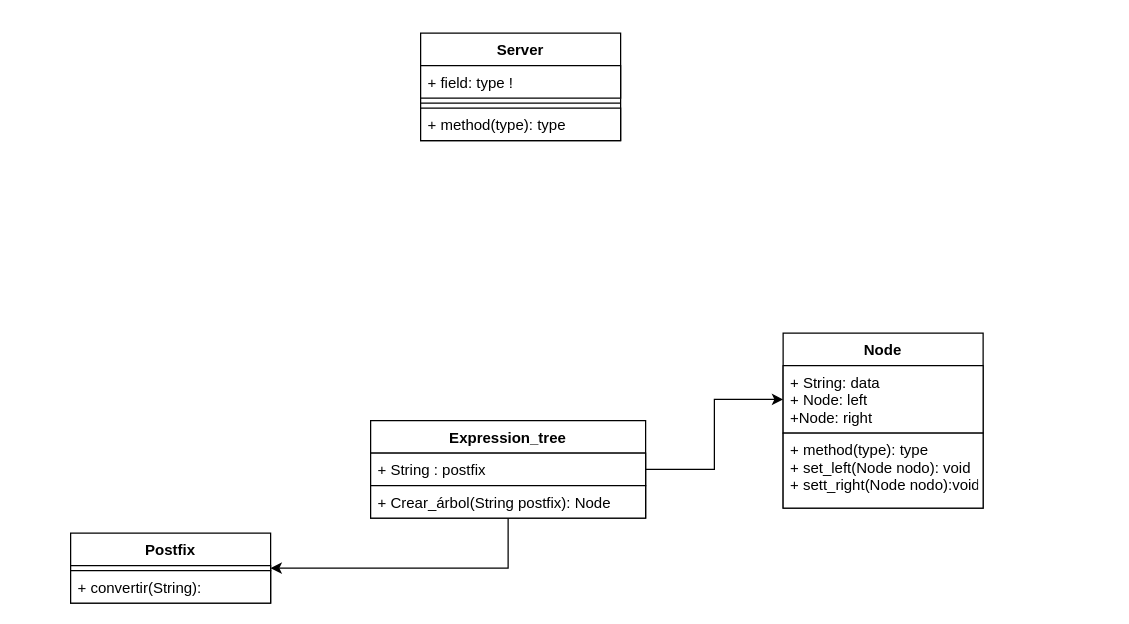
Above: Untitled Diagram.drawio in Dcastroe10/Segundo-Proyecto-Datos-I (draw.io), before the change. Source tidied: cells renumbered, new cells numbered last; positions are measured from the earlier drawing's top-left corner, leaving out a move shared by most shapes. Both pictures are drawn from the tidied source at 125%, with x=0, y=0 at pixel (70, 32).
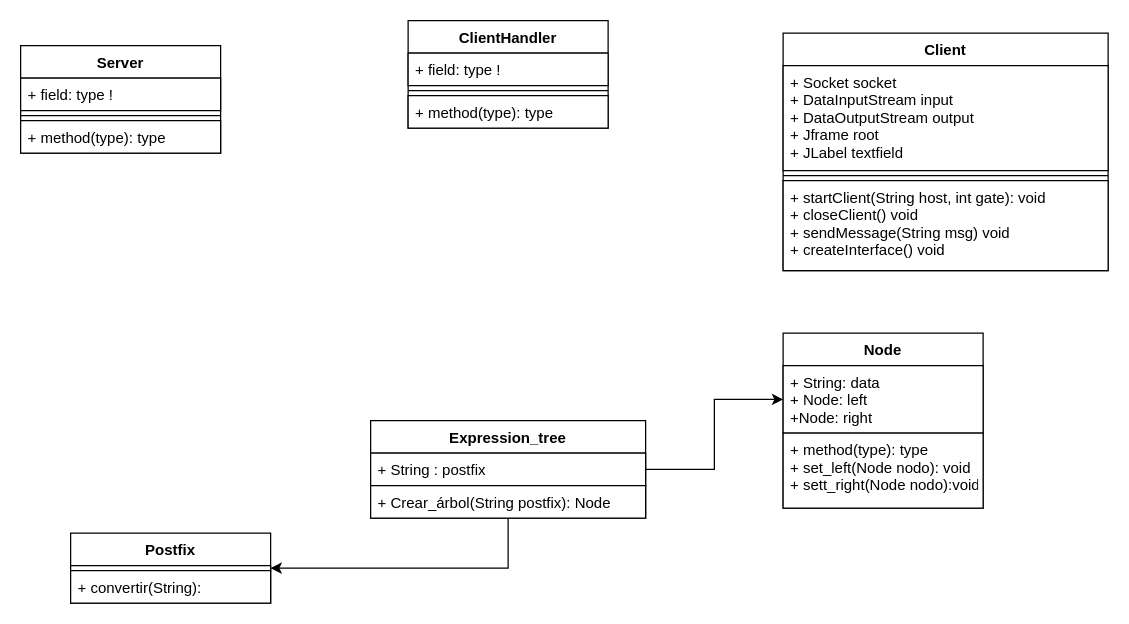
The same page after the edit.

What changed in the source:
```diff
@@
     <mxCell id="2" value="Server" style="swimlane;fontStyle=1;align=center;verticalAlign=top;horizontal=1;startSize=26;fillColor=default;strokeColor=default;fontColor=default;" parent="1" vertex="1">
-      <mxGeometry x="280" width="160" height="86" as="geometry" />
+      <mxGeometry x="-40" y="10" width="160" height="86" as="geometry" />
     </mxCell>
@@
+    <mxCell id="17" value="ClientHandler" style="swimlane;fontStyle=1;align=center;verticalAlign=top;horizontal=1;startSize=26;fillColor=default;strokeColor=default;fontColor=default;" parent="1" vertex="1">
+      <mxGeometry x="270" y="-10" width="160" height="86" as="geometry" />
+    </mxCell>
+    <mxCell id="18" value="+ field: type !" style="text;strokeColor=default;fillColor=default;align=left;verticalAlign=top;spacingLeft=4;spacingRight=4;overflow=hidden;fontColor=default;" parent="17" vertex="1">
+      <mxGeometry y="26" width="160" height="26" as="geometry" />
+    </mxCell>
+    <mxCell id="19" style="line;strokeWidth=1;fillColor=default;align=left;verticalAlign=middle;spacingTop=-1;spacingLeft=3;spacingRight=3;labelPosition=right;strokeColor=default;fontColor=default;" parent="17" vertex="1">
+      <mxGeometry y="52" width="160" height="8" as="geometry" />
+    </mxCell>
+    <mxCell id="20" value="+ method(type): type" style="text;strokeColor=default;fillColor=default;align=left;verticalAlign=top;spacingLeft=4;spacingRight=4;overflow=hidden;fontColor=default;" parent="17" vertex="1">
+      <mxGeometry y="60" width="160" height="26" as="geometry" />
+    </mxCell>
+    <mxCell id="21" value="Client" style="swimlane;fontStyle=1;align=center;verticalAlign=top;horizontal=1;startSize=26;fillColor=default;strokeColor=default;fontColor=default;" parent="1" vertex="1">
+      <mxGeometry x="570" width="260" height="190" as="geometry" />
+    </mxCell>
+    <mxCell id="22" value="+ Socket socket&#10;+ DataInputStream input&#10;+ DataOutputStream output&#10;+ Jframe root&#10;+ JLabel textfield&#10;&#10;" style="text;strokeColor=default;fillColor=default;align=left;verticalAlign=top;spacingLeft=4;spacingRight=4;overflow=hidden;fontColor=default;" parent="21" vertex="1">
+      <mxGeometry y="26" width="260" height="84" as="geometry" />
+    </mxCell>
+    <mxCell id="23" style="line;strokeWidth=1;fillColor=default;align=left;verticalAlign=middle;spacingTop=-1;spacingLeft=3;spacingRight=3;labelPosition=right;strokeColor=default;fontColor=default;" parent="21" vertex="1">
+      <mxGeometry y="110" width="260" height="8" as="geometry" />
+    </mxCell>
+    <mxCell id="24" value="+ startClient(String host, int gate): void&#10;+ closeClient() void&#10;+ sendMessage(String msg) void&#10;+ createInterface() void" style="text;strokeColor=default;fillColor=default;align=left;verticalAlign=top;spacingLeft=4;spacingRight=4;overflow=hidden;fontColor=default;" parent="21" vertex="1">
+      <mxGeometry y="118" width="260" height="72" as="geometry" />
+    </mxCell>
```
